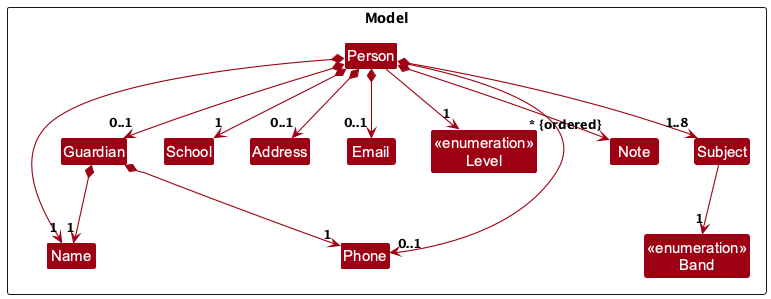
This is docs/images/PersonClassDiagram.png from AY2627S1-CS2103T-T09-1/tp, a PlantUML export, as it was before one commit.
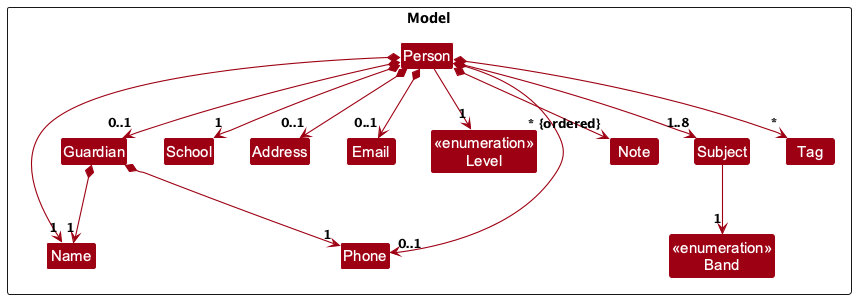
After the commit.

Diff of the diagram source:
```diff
@@ -16,6 +16,7 @@
 Class "<<enumeration>>\nBand" as Band
 Class Note
 Class Guardian
+Class Tag
 }
 
 Person *---> "1" Name
@@ -27,6 +28,7 @@
 Person *--> "1..8" Subject
 Person *--> "~* {ordered}" Note
 Person *--> "0..1" Guardian
+Person *--> "~*" Tag
 
 Subject --> "1" Band
 
```
